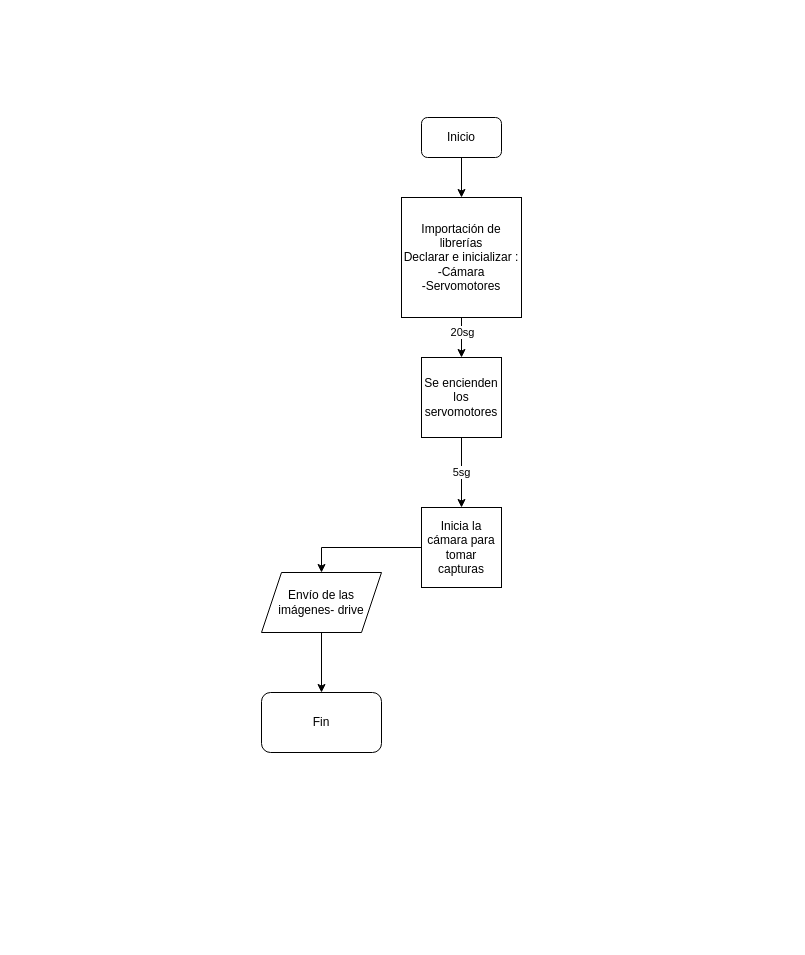
SebastianSilvaSC/Fundamento-Grupo_5 keeps this draw.io diagram as Proyecto/Documentación/Microplástico.drawio. Above is the earlier version. Source tidied: cells renumbered, new cells numbered last; positions are measured from the earlier drawing's top-left corner, leaving out a move shared by most shapes. Both pictures are drawn from the tidied source at 100%, with x=0, y=0 at pixel (261, 117).
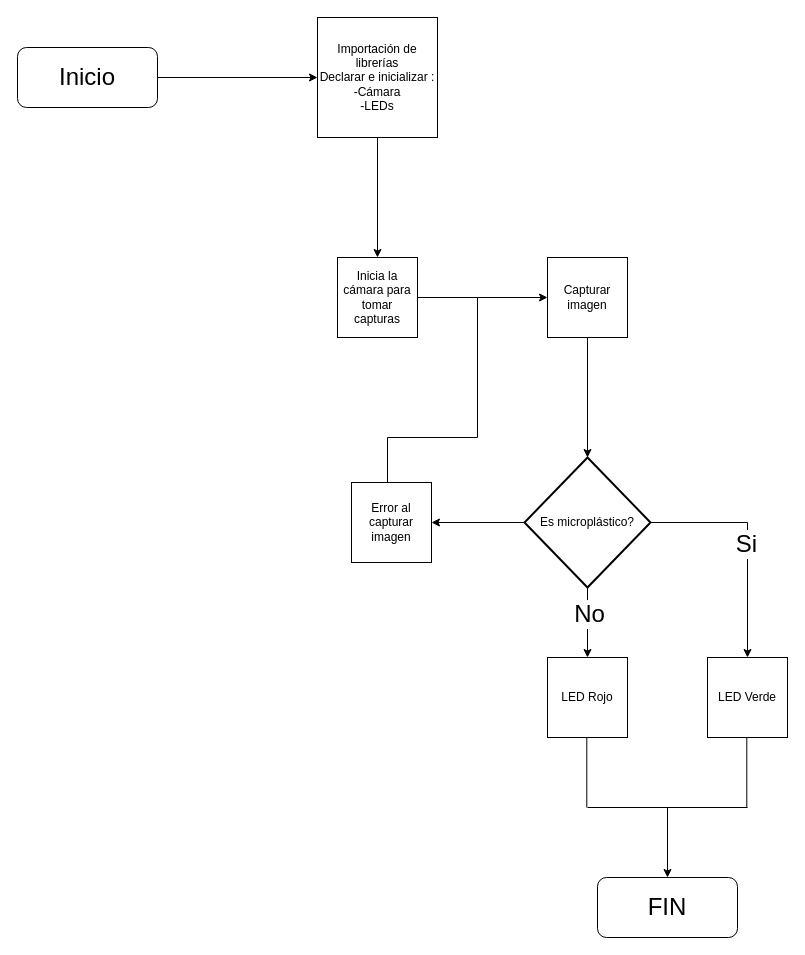
The same diagram, later.

The edit, as a diff of the source:
```diff
@@
-    <mxCell id="2" style="edgeStyle=orthogonalEdgeStyle;rounded=0;jettySize=auto;html=1;exitX=0.5;exitY=1;exitDx=0;exitDy=0;entryX=0.5;entryY=0;entryDx=0;entryDy=0;" parent="1" edge="1" source="4">
-      <mxGeometry relative="1" as="geometry">
-        <mxPoint x="200" y="240" as="targetPoint" />
-      </mxGeometry>
-    </mxCell>
-    <mxCell id="3" value="20sg" style="edgeLabel;html=1;align=center;verticalAlign=middle;" parent="2" vertex="1">
-      <mxGeometry x="-0.33" relative="1" as="geometry" />
-    </mxCell>
+    <mxCell id="15" style="edgeStyle=orthogonalEdgeStyle;rounded=0;jettySize=auto;html=1;entryX=0.5;entryY=0;entryDx=0;entryDy=0;" parent="1" edge="1" source="4" target="11">
+      <mxGeometry relative="1" as="geometry" />
+    </mxCell>
-    <mxCell id="4" value="Importación de librerías&lt;div&gt;Declarar e inicializar :&lt;/div&gt;&lt;div&gt;-Cámara&lt;/div&gt;&lt;div&gt;-Servomotores&lt;/div&gt;" style="whiteSpace=wrap;html=1;" parent="1" vertex="1">
-      <mxGeometry x="140" y="80" width="120" height="120" as="geometry" />
+    <mxCell id="4" value="Importación de librerías&lt;div&gt;Declarar e inicializar :&lt;/div&gt;&lt;div&gt;-Cámara&lt;/div&gt;&lt;div&gt;-LEDs&lt;/div&gt;" style="whiteSpace=wrap;html=1;" parent="1" vertex="1">
+      <mxGeometry x="56" y="-100" width="120" height="120" as="geometry" />
     </mxCell>
-    <mxCell id="5" style="edgeStyle=orthogonalEdgeStyle;rounded=0;jettySize=auto;html=1;exitX=0.5;exitY=1;exitDx=0;exitDy=0;entryX=0.5;entryY=0;entryDx=0;entryDy=0;" parent="1" edge="1" source="6" target="4">
+    <mxCell id="5" style="edgeStyle=orthogonalEdgeStyle;rounded=0;jettySize=auto;html=1;entryX=0;entryY=0.5;entryDx=0;entryDy=0;" parent="1" edge="1" source="6" target="4">
       <mxGeometry relative="1" as="geometry" />
     </mxCell>
-    <mxCell id="6" value="Inicio" style="rounded=1;whiteSpace=wrap;html=1;" parent="1" vertex="1">
-      <mxGeometry x="160" width="80" height="40" as="geometry" />
+    <mxCell id="6" value="&lt;font style=&quot;font-size: 24px;&quot;&gt;Inicio&lt;/font&gt;" style="rounded=1;whiteSpace=wrap;html=1;" parent="1" vertex="1">
+      <mxGeometry x="-244" y="-70" width="140" height="60" as="geometry" />
     </mxCell>
-    <mxCell id="7" style="edgeStyle=orthogonalEdgeStyle;rounded=0;jettySize=auto;html=1;entryX=0.5;entryY=0;entryDx=0;entryDy=0;" parent="1" edge="1" source="9" target="11">
-      <mxGeometry relative="1" as="geometry" />
-    </mxCell>
-    <mxCell id="8" value="5sg" style="edgeLabel;html=1;align=center;verticalAlign=middle;" parent="7" vertex="1">
-      <mxGeometry x="-0.02" y="-1" relative="1" as="geometry" />
-    </mxCell>
-    <mxCell id="9" value="Se encienden los servomotores" style="whiteSpace=wrap;html=1;" parent="1" vertex="1">
-      <mxGeometry x="160" y="240" width="80" height="80" as="geometry" />
-    </mxCell>
-    <mxCell id="10" style="edgeStyle=orthogonalEdgeStyle;rounded=0;jettySize=auto;html=1;entryX=0.5;entryY=0;entryDx=0;entryDy=0;" parent="1" edge="1" source="11" target="13">
-      <mxGeometry relative="1" as="geometry" />
-    </mxCell>
+    <mxCell id="16" style="edgeStyle=orthogonalEdgeStyle;rounded=0;jettySize=auto;html=1;entryX=0;entryY=0.5;entryDx=0;entryDy=0;" parent="1" edge="1" source="11" target="17">
+      <mxGeometry relative="1" as="geometry" />
+    </mxCell>
     <mxCell id="11" value="Inicia la cámara para tomar capturas" style="whiteSpace=wrap;html=1;" parent="1" vertex="1">
-      <mxGeometry x="160" y="390" width="80" height="80" as="geometry" />
+      <mxGeometry x="76" y="140" width="80" height="80" as="geometry" />
     </mxCell>
-    <mxCell id="12" style="edgeStyle=orthogonalEdgeStyle;rounded=0;jettySize=auto;html=1;" parent="1" edge="1" source="13" target="14">
-      <mxGeometry relative="1" as="geometry" />
-    </mxCell>
-    <mxCell id="13" value="Envío de las imágenes- drive" style="shape=parallelogram;perimeter=parallelogramPerimeter;whiteSpace=wrap;html=1;fixedSize=1;" parent="1" vertex="1">
-      <mxGeometry y="455" width="120" height="60" as="geometry" />
-    </mxCell>
-    <mxCell id="14" value="Fin" style="rounded=1;whiteSpace=wrap;html=1;" parent="1" vertex="1">
-      <mxGeometry y="575" width="120" height="60" as="geometry" />
-    </mxCell>
+    <mxCell id="17" value="Capturar imagen" style="whiteSpace=wrap;html=1;" parent="1" vertex="1">
+      <mxGeometry x="286" y="140" width="80" height="80" as="geometry" />
+    </mxCell>
+    <mxCell id="18" style="edgeStyle=orthogonalEdgeStyle;rounded=0;jettySize=auto;html=1;entryX=0.5;entryY=0;entryDx=0;entryDy=0;" parent="1" edge="1" source="23" target="24">
+      <mxGeometry relative="1" as="geometry" />
+    </mxCell>
+    <mxCell id="19" value="&lt;font style=&quot;font-size: 24px;&quot;&gt;No&lt;/font&gt;" style="edgeLabel;html=1;align=center;verticalAlign=middle;" parent="18" vertex="1">
+      <mxGeometry x="-0.27" y="1" relative="1" as="geometry" />
+    </mxCell>
+    <mxCell id="20" style="edgeStyle=orthogonalEdgeStyle;rounded=0;jettySize=auto;html=1;" parent="1" edge="1" source="23" target="29">
+      <mxGeometry relative="1" as="geometry" />
+    </mxCell>
+    <mxCell id="21" style="edgeStyle=orthogonalEdgeStyle;rounded=0;jettySize=auto;html=1;entryX=0.5;entryY=0;entryDx=0;entryDy=0;" parent="1" edge="1" source="23" target="30">
+      <mxGeometry relative="1" as="geometry" />
+    </mxCell>
+    <mxCell id="22" value="&lt;font style=&quot;font-size: 24px;&quot;&gt;Si&lt;/font&gt;" style="edgeLabel;html=1;align=center;verticalAlign=middle;" parent="21" vertex="1">
+      <mxGeometry x="0.02" y="-2" relative="1" as="geometry" />
+    </mxCell>
+    <mxCell id="23" value="Es microplástico?" style="strokeWidth=2;html=1;shape=mxgraph.flowchart.decision;whiteSpace=wrap;" parent="1" vertex="1">
+      <mxGeometry x="263" y="340" width="126" height="130" as="geometry" />
+    </mxCell>
+    <mxCell id="24" value="LED Rojo" style="whiteSpace=wrap;html=1;" parent="1" vertex="1">
+      <mxGeometry x="286" y="540" width="80" height="80" as="geometry" />
+    </mxCell>
+    <mxCell id="25" value="&lt;font style=&quot;font-size: 24px;&quot;&gt;FIN&lt;/font&gt;" style="rounded=1;whiteSpace=wrap;html=1;" parent="1" vertex="1">
+      <mxGeometry x="336" y="760" width="140" height="60" as="geometry" />
+    </mxCell>
+    <mxCell id="26" style="edgeStyle=orthogonalEdgeStyle;rounded=0;jettySize=auto;html=1;entryX=0.5;entryY=0;entryDx=0;entryDy=0;entryPerimeter=0;" parent="1" edge="1" source="17" target="23">
+      <mxGeometry relative="1" as="geometry" />
+    </mxCell>
+    <mxCell id="27" style="endArrow=none;html=1;rounded=0;" parent="1" edge="1">
+      <mxGeometry relative="1" as="geometry">
+        <mxPoint x="325.3" y="690" as="sourcePoint" />
+        <mxPoint x="325.3" y="620" as="targetPoint" />
+      </mxGeometry>
+    </mxCell>
+    <mxCell id="28" style="endArrow=none;html=1;rounded=0;" parent="1" edge="1">
+      <mxGeometry relative="1" as="geometry">
+        <mxPoint x="326" y="690" as="sourcePoint" />
+        <mxPoint x="486" y="690" as="targetPoint" />
+      </mxGeometry>
+    </mxCell>
+    <mxCell id="29" value="Error al capturar imagen" style="whiteSpace=wrap;html=1;" parent="1" vertex="1">
+      <mxGeometry x="90" y="365" width="80" height="80" as="geometry" />
+    </mxCell>
+    <mxCell id="30" value="LED Verde" style="whiteSpace=wrap;html=1;" parent="1" vertex="1">
+      <mxGeometry x="446" y="540" width="80" height="80" as="geometry" />
+    </mxCell>
+    <mxCell id="31" style="endArrow=none;html=1;rounded=0;" parent="1" edge="1">
+      <mxGeometry relative="1" as="geometry">
+        <mxPoint x="485.3" y="690" as="sourcePoint" />
+        <mxPoint x="485.3" y="620" as="targetPoint" />
+      </mxGeometry>
+    </mxCell>
+    <mxCell id="32" style="endArrow=none;html=1;rounded=0;" parent="1" edge="1">
+      <mxGeometry relative="1" as="geometry">
+        <mxPoint x="126" y="365" as="sourcePoint" />
+        <mxPoint x="216" y="180" as="targetPoint" />
+        <Array as="points">
+          <mxPoint x="126" y="320" />
+          <mxPoint x="216" y="320" />
+        </Array>
+      </mxGeometry>
+    </mxCell>
+    <mxCell id="33" style="endArrow=classic;html=1;rounded=0;" parent="1" edge="1" target="25">
+      <mxGeometry relative="1" as="geometry">
+        <mxPoint x="406" y="690" as="sourcePoint" />
+      </mxGeometry>
+    </mxCell>
```
